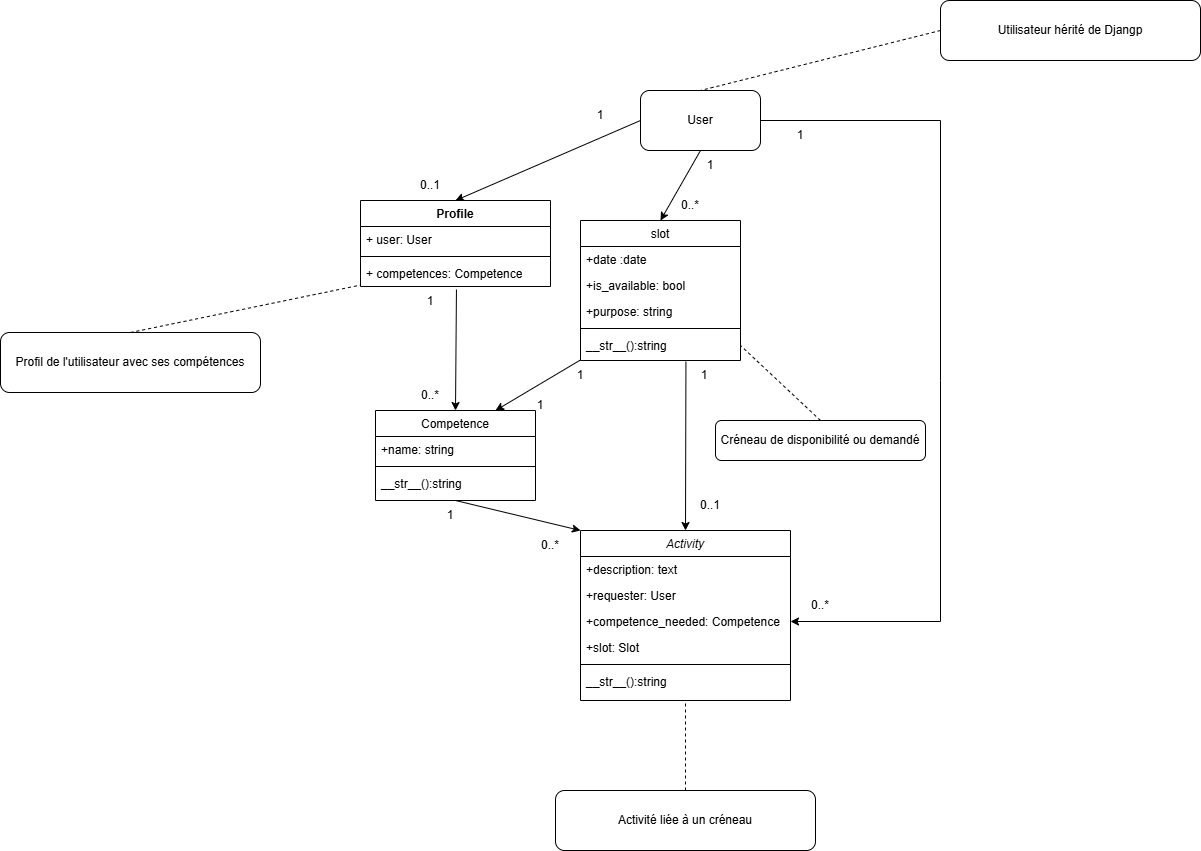
The draw.io diagram doc/Diagramme de classes.drawio.png in Theo-lbd/projet_web_django, before a commit. Source tidied: cells renumbered, new cells last; positions are measured from the earlier drawing's top-left corner, leaving out a move shared by most shapes.
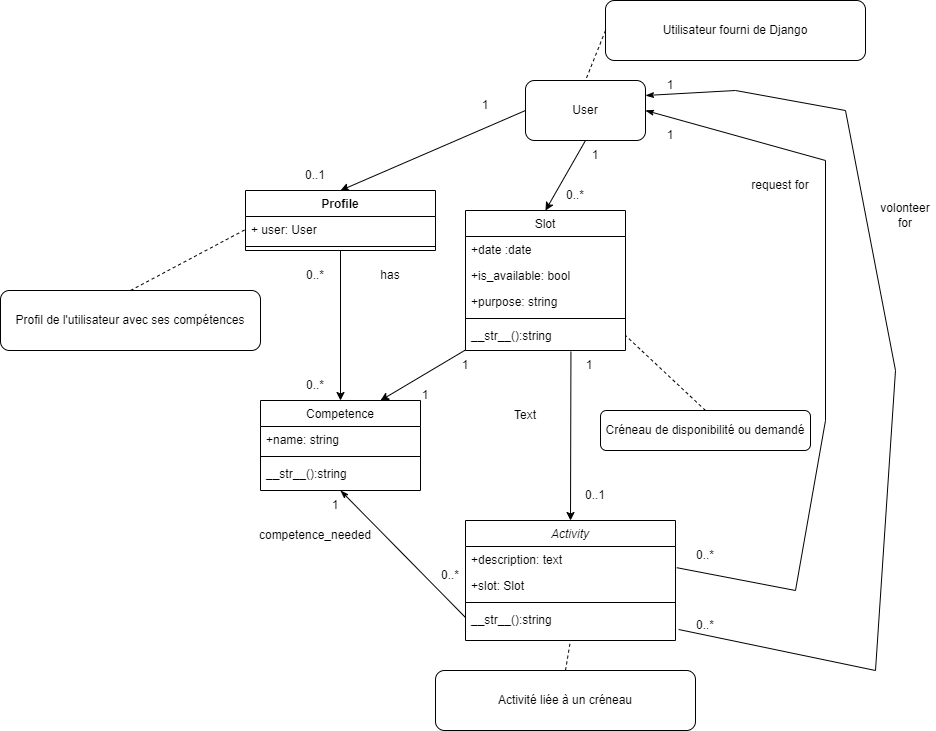
After the commit.

Commit message:
Correction du diagramme de classes

What changed in the source:
```diff
@@ -3,27 +3,21 @@
     <mxCell id="0" />
     <mxCell id="1" parent="0" />
     <mxCell id="2" value="Activity" style="swimlane;fontStyle=2;align=center;verticalAlign=top;horizontal=1;startSize=26;rounded=0;shadow=0;strokeWidth=1;" parent="1" vertex="1">
-      <mxGeometry x="580" y="530" width="210" height="170" as="geometry" />
+      <mxGeometry x="580" y="530" width="210" height="120" as="geometry" />
     </mxCell>
     <mxCell id="3" value="+description: text" style="text;align=left;verticalAlign=top;spacingLeft=4;spacingRight=4;overflow=hidden;" parent="2" vertex="1">
       <mxGeometry y="26" width="210" height="26" as="geometry" />
     </mxCell>
-    <mxCell id="4" value="+requester: User" style="text;align=left;verticalAlign=top;spacingLeft=4;spacingRight=4;overflow=hidden;rounded=0;shadow=0;html=0;" parent="2" vertex="1">
-      <mxGeometry y="52" width="210" height="26" as="geometry" />
-    </mxCell>
-    <mxCell id="5" value="+competence_needed: Competence" style="text;align=left;verticalAlign=top;spacingLeft=4;spacingRight=4;overflow=hidden;points=[[0,0.5],[1,0.5]];portConstraint=eastwest;rounded=0;shadow=0;html=0;" parent="2" vertex="1">
-      <mxGeometry y="78" width="210" height="26" as="geometry" />
-    </mxCell>
     <mxCell id="6" value="+slot: Slot" style="text;align=left;verticalAlign=top;spacingLeft=4;spacingRight=4;overflow=hidden;rounded=0;shadow=0;html=0;" parent="2" vertex="1">
-      <mxGeometry y="104" width="210" height="26" as="geometry" />
+      <mxGeometry y="52" width="210" height="26" as="geometry" />
     </mxCell>
     <mxCell id="7" style="line;html=1;strokeWidth=1;align=left;verticalAlign=middle;spacingTop=-1;spacingLeft=3;spacingRight=3;labelPosition=right;" parent="2" vertex="1">
-      <mxGeometry y="130" width="210" height="8" as="geometry" />
+      <mxGeometry y="78" width="210" height="8" as="geometry" />
     </mxCell>
     <mxCell id="8" value="__str__():string" style="text;align=left;verticalAlign=top;spacingLeft=4;spacingRight=4;overflow=hidden;points=[[0,0.5],[1,0.5]];portConstraint=eastwest;" parent="2" vertex="1">
-      <mxGeometry y="138" width="210" height="22" as="geometry" />
+      <mxGeometry y="86" width="210" height="22" as="geometry" />
     </mxCell>
-    <mxCell id="9" value="slot" style="swimlane;fontStyle=0;align=center;verticalAlign=top;horizontal=1;startSize=26;rounded=0;shadow=0;strokeWidth=1;" parent="1" vertex="1">
+    <mxCell id="9" value="Slot" style="swimlane;fontStyle=0;align=center;verticalAlign=top;horizontal=1;startSize=26;rounded=0;shadow=0;strokeWidth=1;" parent="1" vertex="1">
       <mxGeometry x="580" y="220" width="160" height="140" as="geometry" />
     </mxCell>
     <mxCell id="10" value="+date :date" style="text;align=left;verticalAlign=top;spacingLeft=4;spacingRight=4;overflow=hidden;rounded=0;shadow=0;html=0;" parent="9" vertex="1">
@@ -42,7 +36,7 @@
       <mxGeometry y="112" width="160" height="26" as="geometry" />
     </mxCell>
     <mxCell id="15" value="Profile" style="swimlane;fontStyle=1;align=center;verticalAlign=top;horizontal=1;startSize=26;whiteSpace=wrap;html=1;" parent="1" vertex="1">
-      <mxGeometry x="360" y="200" width="190" height="86" as="geometry" />
+      <mxGeometry x="360" y="200" width="190" height="60" as="geometry" />
     </mxCell>
     <mxCell id="16" value="+ user: User" style="text;strokeColor=none;fillColor=none;align=left;verticalAlign=top;spacingLeft=4;spacingRight=4;overflow=hidden;points=[[0,0.5],[1,0.5]];portConstraint=eastwest;whiteSpace=wrap;html=1;" parent="15" vertex="1">
       <mxGeometry y="26" width="190" height="26" as="geometry" />
@@ -50,9 +44,6 @@
     <mxCell id="17" style="line;strokeWidth=1;fillColor=none;align=left;verticalAlign=middle;spacingTop=-1;spacingLeft=3;spacingRight=3;labelPosition=right;strokeColor=inherit;" parent="15" vertex="1">
       <mxGeometry y="52" width="190" height="8" as="geometry" />
     </mxCell>
-    <mxCell id="18" value="+ competences: Competence" style="text;strokeColor=none;fillColor=none;align=left;verticalAlign=top;spacingLeft=4;spacingRight=4;overflow=hidden;points=[[0,0.5],[1,0.5]];portConstraint=eastwest;whiteSpace=wrap;html=1;" parent="15" vertex="1">
-      <mxGeometry y="60" width="190" height="26" as="geometry" />
-    </mxCell>
     <mxCell id="19" value="User" style="rounded=1;whiteSpace=wrap;html=1;" parent="1" vertex="1">
       <mxGeometry x="640" y="90" width="120" height="60" as="geometry" />
     </mxCell>
@@ -74,16 +65,17 @@
     <mxCell id="25" style="endArrow=classic;html=1;rounded=0;exitX=0.5;exitY=1;exitDx=0;exitDy=0;entryX=0.5;entryY=0;entryDx=0;entryDy=0;" parent="1" edge="1" source="19" target="9">
       <mxGeometry relative="1" as="geometry" />
     </mxCell>
-    <mxCell id="26" style="endArrow=classic;html=1;rounded=0;exitX=1;exitY=0.5;exitDx=0;exitDy=0;entryX=1;entryY=0.5;entryDx=0;entryDy=0;" parent="1" edge="1" source="19" target="5">
+    <mxCell id="26" style="endArrow=none;html=1;rounded=0;exitX=1;exitY=0.25;exitDx=0;exitDy=0;entryX=1.015;entryY=1.045;entryDx=0;entryDy=0;entryPerimeter=0;startArrow=classicThin;startFill=1;endFill=0;" parent="1" edge="1" source="19" target="8">
       <mxGeometry relative="1" as="geometry">
         <Array as="points">
-          <mxPoint x="940" y="120" />
-          <mxPoint x="940" y="380" />
-          <mxPoint x="940" y="621" />
+          <mxPoint x="850" y="100" />
+          <mxPoint x="960" y="120" />
+          <mxPoint x="1010" y="380" />
+          <mxPoint x="990" y="680" />
         </Array>
       </mxGeometry>
     </mxCell>
-    <mxCell id="27" style="endArrow=classic;html=1;rounded=0;exitX=0.505;exitY=1.115;exitDx=0;exitDy=0;entryX=0.5;entryY=0;entryDx=0;entryDy=0;exitPerimeter=0;" parent="1" edge="1" source="18" target="20">
+    <mxCell id="27" style="endArrow=classic;html=1;rounded=0;exitX=0.5;exitY=1;exitDx=0;exitDy=0;entryX=0.5;entryY=0;entryDx=0;entryDy=0;" parent="1" edge="1" source="15" target="20">
       <mxGeometry relative="1" as="geometry" />
     </mxCell>
     <mxCell id="28" style="endArrow=classic;html=1;rounded=0;exitX=0.002;exitY=1.049;exitDx=0;exitDy=0;entryX=0.75;entryY=0;entryDx=0;entryDy=0;exitPerimeter=0;" parent="1" edge="1" source="14" target="20">
@@ -92,7 +84,7 @@
     <mxCell id="29" style="endArrow=classic;html=1;rounded=0;exitX=0.659;exitY=1.12;exitDx=0;exitDy=0;entryX=0.5;entryY=0;entryDx=0;entryDy=0;exitPerimeter=0;" parent="1" edge="1" source="14" target="2">
       <mxGeometry relative="1" as="geometry" />
     </mxCell>
-    <mxCell id="30" style="endArrow=classic;html=1;rounded=0;exitX=0.5;exitY=1;exitDx=0;exitDy=0;entryX=0;entryY=0;entryDx=0;entryDy=0;" parent="1" edge="1" source="20" target="2">
+    <mxCell id="30" style="endArrow=none;html=1;rounded=0;exitX=0.5;exitY=1;exitDx=0;exitDy=0;entryX=0;entryY=0.5;entryDx=0;entryDy=0;startArrow=classicThin;startFill=1;endFill=0;" parent="1" edge="1" source="20" target="8">
       <mxGeometry relative="1" as="geometry" />
     </mxCell>
     <mxCell id="31" value="1&lt;span style=&quot;color: rgba(0, 0, 0, 0); font-family: monospace; font-size: 0px; text-align: start; text-wrap-mode: nowrap;&quot;&gt;%3CmxGraphModel%3E%3Croot%3E%3CmxCell%20id%3D%220%22%2F%3E%3CmxCell%20id%3D%221%22%20parent%3D%220%22%2F%3E%3CmxCell%20id%3D%222%22%20value%3D%22%22%20style%3D%22endArrow%3Dclassic%3Bhtml%3D1%3Brounded%3D0%3BexitX%3D0.659%3BexitY%3D1.12%3BexitDx%3D0%3BexitDy%3D0%3BentryX%3D0.5%3BentryY%3D0%3BentryDx%3D0%3BentryDy%3D0%3BexitPerimeter%3D0%3B%22%20edge%3D%221%22%20parent%3D%221%22%3E%3CmxGeometry%20width%3D%2250%22%20height%3D%2250%22%20relative%3D%221%22%20as%3D%22geometry%22%3E%3CmxPoint%20x%3D%22425%22%20y%3D%22261%22%20as%3D%22sourcePoint%22%2F%3E%3CmxPoint%20x%3D%22425%22%20y%3D%22450%22%20as%3D%22targetPoint%22%2F%3E%3C%2FmxGeometry%3E%3C%2FmxCell%3E%3C%2Froot%3E%3C%2FmxGraphModel%3E&lt;/span&gt;" style="text;html=1;align=center;verticalAlign=middle;whiteSpace=wrap;rounded=0;" parent="1" vertex="1">
@@ -102,7 +94,7 @@
       <mxGeometry x="680" y="150" width="60" height="30" as="geometry" />
     </mxCell>
     <mxCell id="33" value="1&lt;span style=&quot;color: rgba(0, 0, 0, 0); font-family: monospace; font-size: 0px; text-align: start; text-wrap-mode: nowrap;&quot;&gt;%3CmxGraphModel%3E%3Croot%3E%3CmxCell%20id%3D%220%22%2F%3E%3CmxCell%20id%3D%221%22%20parent%3D%220%22%2F%3E%3CmxCell%20id%3D%222%22%20value%3D%22%22%20style%3D%22endArrow%3Dclassic%3Bhtml%3D1%3Brounded%3D0%3BexitX%3D0.659%3BexitY%3D1.12%3BexitDx%3D0%3BexitDy%3D0%3BentryX%3D0.5%3BentryY%3D0%3BentryDx%3D0%3BentryDy%3D0%3BexitPerimeter%3D0%3B%22%20edge%3D%221%22%20parent%3D%221%22%3E%3CmxGeometry%20width%3D%2250%22%20height%3D%2250%22%20relative%3D%221%22%20as%3D%22geometry%22%3E%3CmxPoint%20x%3D%22425%22%20y%3D%22261%22%20as%3D%22sourcePoint%22%2F%3E%3CmxPoint%20x%3D%22425%22%20y%3D%22450%22%20as%3D%22targetPoint%22%2F%3E%3C%2FmxGeometry%3E%3C%2FmxCell%3E%3C%2Froot%3E%3C%2FmxGraphModel%3E&lt;/span&gt;" style="text;html=1;align=center;verticalAlign=middle;whiteSpace=wrap;rounded=0;" parent="1" vertex="1">
-      <mxGeometry x="770" y="120" width="60" height="30" as="geometry" />
+      <mxGeometry x="755" y="80" width="60" height="30" as="geometry" />
     </mxCell>
     <mxCell id="34" value="0..*" style="text;html=1;align=center;verticalAlign=middle;whiteSpace=wrap;rounded=0;" parent="1" vertex="1">
       <mxGeometry x="660" y="190" width="60" height="30" as="geometry" />
@@ -110,8 +102,8 @@
     <mxCell id="35" value="0..1&lt;span style=&quot;color: rgba(0, 0, 0, 0); font-family: monospace; font-size: 0px; text-align: start; text-wrap-mode: nowrap;&quot;&gt;%3CmxGraphModel%3E%3Croot%3E%3CmxCell%20id%3D%220%22%2F%3E%3CmxCell%20id%3D%221%22%20parent%3D%220%22%2F%3E%3CmxCell%20id%3D%222%22%20value%3D%220..*%22%20style%3D%22text%3Bhtml%3D1%3Balign%3Dcenter%3BverticalAlign%3Dmiddle%3BwhiteSpace%3Dwrap%3Brounded%3D0%3B%22%20vertex%3D%221%22%20parent%3D%221%22%3E%3CmxGeometry%20x%3D%22400%22%20y%3D%22110%22%20width%3D%2260%22%20height%3D%2230%22%20as%3D%22geometry%22%2F%3E%3C%2FmxCell%3E%3C%2Froot%3E%3C%2FmxGraphModel%3E&lt;/span&gt;" style="text;html=1;align=center;verticalAlign=middle;whiteSpace=wrap;rounded=0;" parent="1" vertex="1">
       <mxGeometry x="400" y="170" width="60" height="30" as="geometry" />
     </mxCell>
-    <mxCell id="36" value="1" style="text;html=1;align=center;verticalAlign=middle;whiteSpace=wrap;rounded=0;" parent="1" vertex="1">
-      <mxGeometry x="400" y="286" width="60" height="30" as="geometry" />
+    <mxCell id="36" value="0..*" style="text;html=1;align=center;verticalAlign=middle;whiteSpace=wrap;rounded=0;" parent="1" vertex="1">
+      <mxGeometry x="400" y="270" width="60" height="30" as="geometry" />
     </mxCell>
     <mxCell id="37" value="0..*" style="text;html=1;align=center;verticalAlign=middle;whiteSpace=wrap;rounded=0;" parent="1" vertex="1">
       <mxGeometry x="400" y="380" width="60" height="30" as="geometry" />
@@ -132,21 +124,21 @@
       <mxGeometry x="420" y="500" width="60" height="30" as="geometry" />
     </mxCell>
     <mxCell id="43" value="0..*" style="text;html=1;align=center;verticalAlign=middle;whiteSpace=wrap;rounded=0;" parent="1" vertex="1">
-      <mxGeometry x="520" y="530" width="60" height="30" as="geometry" />
+      <mxGeometry x="535" y="570" width="60" height="30" as="geometry" />
     </mxCell>
     <mxCell id="44" value="0..*" style="text;html=1;align=center;verticalAlign=middle;whiteSpace=wrap;rounded=0;" parent="1" vertex="1">
-      <mxGeometry x="790" y="590" width="60" height="30" as="geometry" />
+      <mxGeometry x="790" y="550" width="60" height="30" as="geometry" />
     </mxCell>
     <mxCell id="45" value="Profil de l'utilisateur avec ses compétences" style="rounded=1;whiteSpace=wrap;html=1;" parent="1" vertex="1">
-      <mxGeometry y="332" width="260" height="60" as="geometry" />
+      <mxGeometry x="115" y="300" width="260" height="60" as="geometry" />
     </mxCell>
     <mxCell id="46" value="Créneau de disponibilité ou demandé" style="rounded=1;whiteSpace=wrap;html=1;" parent="1" vertex="1">
       <mxGeometry x="715" y="420" width="210" height="40" as="geometry" />
     </mxCell>
-    <mxCell id="47" value="Utilisateur hérité de Djangp" style="rounded=1;whiteSpace=wrap;html=1;" parent="1" vertex="1">
-      <mxGeometry x="940" width="260" height="60" as="geometry" />
+    <mxCell id="47" value="Utilisateur fourni de Django" style="rounded=1;whiteSpace=wrap;html=1;" parent="1" vertex="1">
+      <mxGeometry x="720" y="10" width="260" height="60" as="geometry" />
     </mxCell>
-    <mxCell id="48" style="endArrow=none;dashed=1;html=1;rounded=0;exitX=0.5;exitY=0;exitDx=0;exitDy=0;entryX=-0.003;entryY=0.95;entryDx=0;entryDy=0;entryPerimeter=0;" parent="1" edge="1" source="45" target="18">
+    <mxCell id="48" style="endArrow=none;dashed=1;html=1;rounded=0;exitX=0.5;exitY=0;exitDx=0;exitDy=0;entryX=0;entryY=0.5;entryDx=0;entryDy=0;" parent="1" edge="1" source="45" target="16">
       <mxGeometry relative="1" as="geometry" />
     </mxCell>
     <mxCell id="49" style="endArrow=none;dashed=1;html=1;rounded=0;exitX=0.5;exitY=0;exitDx=0;exitDy=0;entryX=1;entryY=0.5;entryDx=0;entryDy=0;" parent="1" edge="1" source="46" target="14">
@@ -156,10 +148,41 @@
       <mxGeometry relative="1" as="geometry" />
     </mxCell>
     <mxCell id="51" value="Activité liée à un créneau" style="rounded=1;whiteSpace=wrap;html=1;" parent="1" vertex="1">
-      <mxGeometry x="555" y="790" width="260" height="60" as="geometry" />
+      <mxGeometry x="550" y="680" width="260" height="60" as="geometry" />
     </mxCell>
     <mxCell id="52" style="endArrow=none;dashed=1;html=1;rounded=0;exitX=0.5;exitY=0;exitDx=0;exitDy=0;entryX=0.5;entryY=1;entryDx=0;entryDy=0;" parent="1" edge="1" source="51" target="2">
       <mxGeometry relative="1" as="geometry" />
     </mxCell>
+    <mxCell id="53" value="Text" style="text;html=1;strokeColor=none;fillColor=none;align=center;verticalAlign=middle;whiteSpace=wrap;rounded=0;" parent="1" vertex="1">
+      <mxGeometry x="610" y="410" width="60" height="30" as="geometry" />
+    </mxCell>
+    <mxCell id="54" value="request for" style="text;html=1;strokeColor=none;fillColor=none;align=center;verticalAlign=middle;whiteSpace=wrap;rounded=0;" parent="1" vertex="1">
+      <mxGeometry x="865" y="180" width="60" height="30" as="geometry" />
+    </mxCell>
+    <mxCell id="55" style="endArrow=none;html=1;rounded=0;exitX=1;exitY=0.5;exitDx=0;exitDy=0;entryX=1.006;entryY=-0.185;entryDx=0;entryDy=0;entryPerimeter=0;endFill=0;startArrow=classicThin;startFill=1;" parent="1" edge="1" source="19">
+      <mxGeometry relative="1" as="geometry">
+        <mxPoint x="791.3" y="577.2" as="targetPoint" />
+        <Array as="points">
+          <mxPoint x="940" y="170" />
+          <mxPoint x="940" y="430" />
+          <mxPoint x="910" y="600" />
+        </Array>
+      </mxGeometry>
+    </mxCell>
+    <mxCell id="56" value="volonteer for" style="text;html=1;strokeColor=none;fillColor=none;align=center;verticalAlign=middle;whiteSpace=wrap;rounded=0;" parent="1" vertex="1">
+      <mxGeometry x="990" y="210" width="60" height="30" as="geometry" />
+    </mxCell>
+    <mxCell id="57" value="1&lt;span style=&quot;color: rgba(0, 0, 0, 0); font-family: monospace; font-size: 0px; text-align: start; text-wrap-mode: nowrap;&quot;&gt;%3CmxGraphModel%3E%3Croot%3E%3CmxCell%20id%3D%220%22%2F%3E%3CmxCell%20id%3D%221%22%20parent%3D%220%22%2F%3E%3CmxCell%20id%3D%222%22%20value%3D%22%22%20style%3D%22endArrow%3Dclassic%3Bhtml%3D1%3Brounded%3D0%3BexitX%3D0.659%3BexitY%3D1.12%3BexitDx%3D0%3BexitDy%3D0%3BentryX%3D0.5%3BentryY%3D0%3BentryDx%3D0%3BentryDy%3D0%3BexitPerimeter%3D0%3B%22%20edge%3D%221%22%20parent%3D%221%22%3E%3CmxGeometry%20width%3D%2250%22%20height%3D%2250%22%20relative%3D%221%22%20as%3D%22geometry%22%3E%3CmxPoint%20x%3D%22425%22%20y%3D%22261%22%20as%3D%22sourcePoint%22%2F%3E%3CmxPoint%20x%3D%22425%22%20y%3D%22450%22%20as%3D%22targetPoint%22%2F%3E%3C%2FmxGeometry%3E%3C%2FmxCell%3E%3C%2Froot%3E%3C%2FmxGraphModel%3E&lt;/span&gt;" style="text;html=1;align=center;verticalAlign=middle;whiteSpace=wrap;rounded=0;" parent="1" vertex="1">
+      <mxGeometry x="755" y="130" width="60" height="30" as="geometry" />
+    </mxCell>
+    <mxCell id="58" value="0..*" style="text;html=1;align=center;verticalAlign=middle;whiteSpace=wrap;rounded=0;" parent="1" vertex="1">
+      <mxGeometry x="790" y="620" width="60" height="30" as="geometry" />
+    </mxCell>
+    <mxCell id="59" value="competence_needed" style="text;html=1;strokeColor=none;fillColor=none;align=center;verticalAlign=middle;whiteSpace=wrap;rounded=0;" parent="1" vertex="1">
+      <mxGeometry x="400" y="530" width="60" height="30" as="geometry" />
+    </mxCell>
+    <mxCell id="60" value="has" style="text;html=1;strokeColor=none;fillColor=none;align=center;verticalAlign=middle;whiteSpace=wrap;rounded=0;" parent="1" vertex="1">
+      <mxGeometry x="475" y="270" width="60" height="30" as="geometry" />
+    </mxCell>
   </root>
 </mxGraphModel>
```
